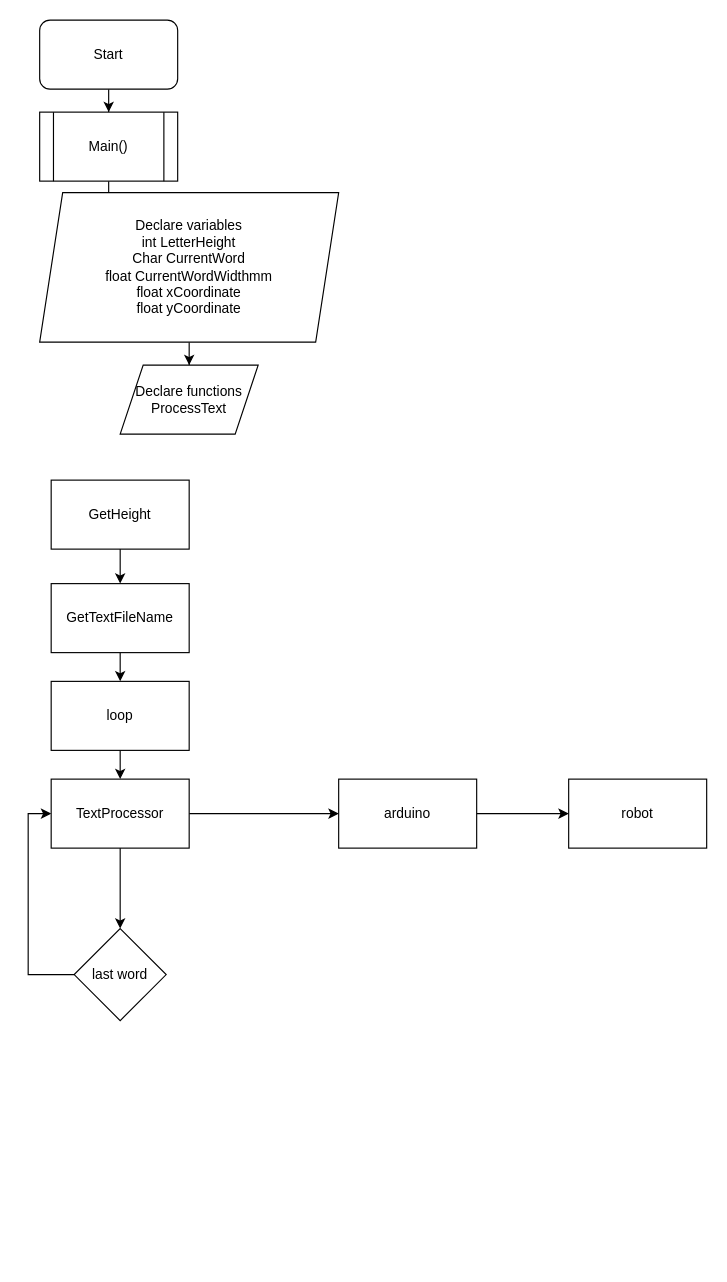
hanifadelekan/TextRobotPlanning keeps this draw.io diagram as TextRobotFlowchart.drawio. Above is the earlier version. Source tidied: cells renumbered, new cells numbered last; positions are measured from the earlier drawing's top-left corner, leaving out a move shared by most shapes. Both pictures are drawn from the tidied source at 115%, with x=0, y=0 at pixel (39, 20).
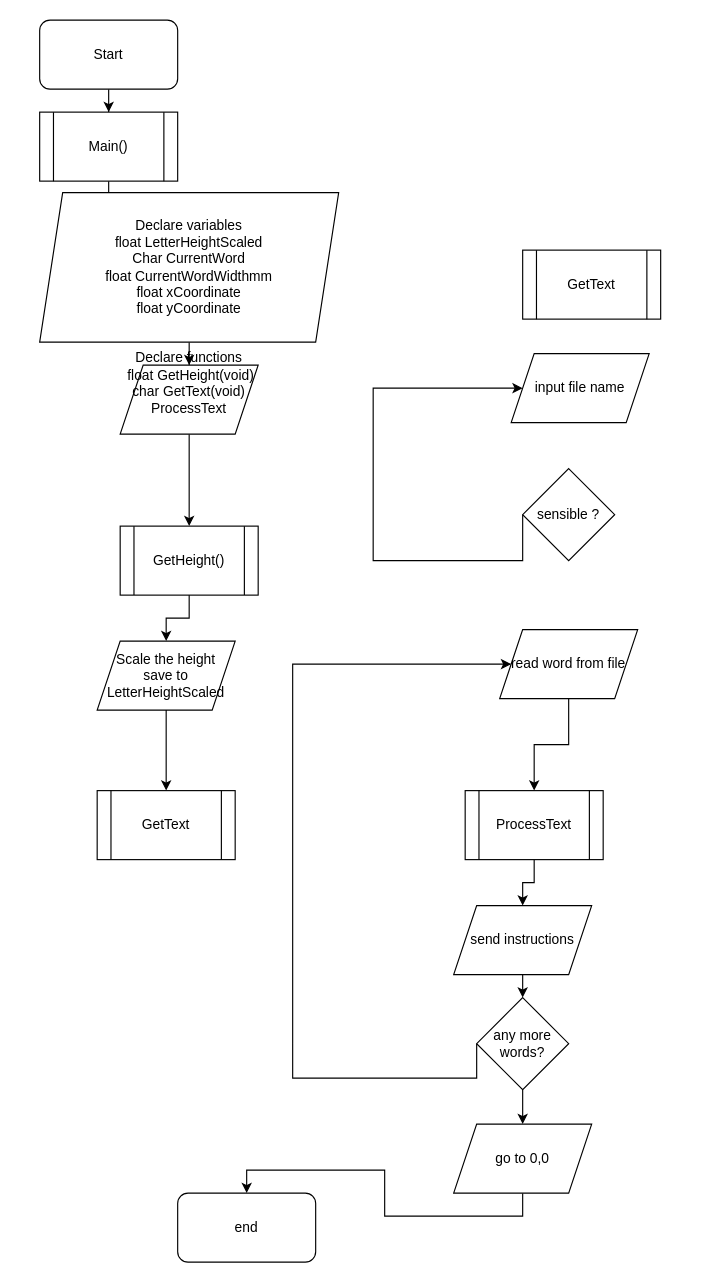
The same diagram, later.

Commit message:
basic outlook

Diff of the diagram source:
```diff
@@
-    <mxCell id="6" style="edgeStyle=orthogonalEdgeStyle;rounded=0;jettySize=auto;html=1;" parent="1" edge="1" source="7" target="9">
-      <mxGeometry relative="1" as="geometry" />
-    </mxCell>
-    <mxCell id="7" value="GetHeight" style="rounded=0;whiteSpace=wrap;html=1;" parent="1" vertex="1">
-      <mxGeometry x="10" y="400" width="120" height="60" as="geometry" />
-    </mxCell>
-    <mxCell id="8" style="edgeStyle=orthogonalEdgeStyle;rounded=0;jettySize=auto;html=1;exitX=0.5;exitY=1;exitDx=0;exitDy=0;entryX=0.5;entryY=0;entryDx=0;entryDy=0;" parent="1" edge="1" source="9" target="11">
-      <mxGeometry relative="1" as="geometry" />
-    </mxCell>
-    <mxCell id="9" value="GetTextFileName" style="rounded=0;whiteSpace=wrap;html=1;" parent="1" vertex="1">
-      <mxGeometry x="10" y="490" width="120" height="60" as="geometry" />
-    </mxCell>
-    <mxCell id="10" style="edgeStyle=orthogonalEdgeStyle;rounded=0;jettySize=auto;html=1;" parent="1" edge="1" source="11">
-      <mxGeometry relative="1" as="geometry">
-        <mxPoint x="70" y="660" as="targetPoint" />
-      </mxGeometry>
-    </mxCell>
-    <mxCell id="11" value="loop" style="rounded=0;whiteSpace=wrap;html=1;" parent="1" vertex="1">
-      <mxGeometry x="10" y="575" width="120" height="60" as="geometry" />
-    </mxCell>
-    <mxCell id="12" style="edgeStyle=orthogonalEdgeStyle;rounded=0;jettySize=auto;html=1;" parent="1" edge="1" source="14" target="16">
-      <mxGeometry relative="1" as="geometry" />
-    </mxCell>
-    <mxCell id="13" style="edgeStyle=orthogonalEdgeStyle;rounded=0;jettySize=auto;html=1;exitX=1;exitY=0.5;exitDx=0;exitDy=0;" parent="1" edge="1" source="14" target="18">
-      <mxGeometry relative="1" as="geometry" />
-    </mxCell>
-    <mxCell id="14" value="TextProcessor" style="rounded=0;whiteSpace=wrap;html=1;" parent="1" vertex="1">
-      <mxGeometry x="10" y="660" width="120" height="60" as="geometry" />
-    </mxCell>
-    <mxCell id="15" style="edgeStyle=orthogonalEdgeStyle;rounded=0;jettySize=auto;html=1;exitX=0;exitY=0.5;exitDx=0;exitDy=0;entryX=0;entryY=0.5;entryDx=0;entryDy=0;" parent="1" edge="1" source="16" target="14">
-      <mxGeometry relative="1" as="geometry" />
-    </mxCell>
-    <mxCell id="16" value="last word" style="rhombus;whiteSpace=wrap;html=1;rounded=0;" parent="1" vertex="1">
-      <mxGeometry x="30" y="790" width="80" height="80" as="geometry" />
-    </mxCell>
-    <mxCell id="17" style="edgeStyle=orthogonalEdgeStyle;rounded=0;jettySize=auto;html=1;" parent="1" edge="1" source="18" target="19">
-      <mxGeometry relative="1" as="geometry" />
-    </mxCell>
-    <mxCell id="18" value="arduino" style="rounded=0;whiteSpace=wrap;html=1;" parent="1" vertex="1">
-      <mxGeometry x="260" y="660" width="120" height="60" as="geometry" />
-    </mxCell>
-    <mxCell id="19" value="robot" style="rounded=0;whiteSpace=wrap;html=1;" parent="1" vertex="1">
-      <mxGeometry x="460" y="660" width="120" height="60" as="geometry" />
-    </mxCell>
@@
-    <mxCell id="21" value="Declare variables&lt;div&gt;int LetterHeight&lt;/div&gt;&lt;div&gt;Char CurrentWord&lt;/div&gt;&lt;div&gt;float CurrentWordWidthmm&lt;/div&gt;&lt;div&gt;float xCoordinate&lt;/div&gt;&lt;div&gt;float yCoordinate&lt;/div&gt;" style="shape=parallelogram;perimeter=parallelogramPerimeter;whiteSpace=wrap;html=1;fixedSize=1;rounded=0;" parent="1" vertex="1">
+    <mxCell id="21" value="Declare variables&lt;div&gt;float LetterHeightScaled&lt;/div&gt;&lt;div&gt;Char CurrentWord&lt;/div&gt;&lt;div&gt;float CurrentWordWidthmm&lt;/div&gt;&lt;div&gt;float xCoordinate&lt;/div&gt;&lt;div&gt;float yCoordinate&lt;/div&gt;" style="shape=parallelogram;perimeter=parallelogramPerimeter;whiteSpace=wrap;html=1;fixedSize=1;rounded=0;" parent="1" vertex="1">
       <mxGeometry y="150" width="260" height="130" as="geometry" />
     </mxCell>
+    <mxCell id="23" style="edgeStyle=orthogonalEdgeStyle;rounded=0;jettySize=auto;html=1;" parent="1" edge="1" source="22">
+      <mxGeometry relative="1" as="geometry">
+        <mxPoint x="130" y="440" as="targetPoint" />
+      </mxGeometry>
+    </mxCell>
-    <mxCell id="22" value="Declare functions&lt;div&gt;ProcessText&lt;/div&gt;" style="whiteSpace=wrap;html=1;rounded=0;shape=parallelogram;backgroundOutline=1;perimeter=parallelogramPerimeter;fixedSize=1;" parent="1" vertex="1">
+    <mxCell id="22" value="Declare functions&lt;div&gt;&amp;nbsp;float GetHeight(void)&lt;/div&gt;&lt;div&gt;char GetText(void)&lt;br&gt;&lt;div&gt;ProcessText&lt;/div&gt;&lt;div&gt;&lt;br&gt;&lt;/div&gt;&lt;/div&gt;&lt;div&gt;&lt;br&gt;&lt;/div&gt;" style="whiteSpace=wrap;html=1;rounded=0;shape=parallelogram;backgroundOutline=1;perimeter=parallelogramPerimeter;fixedSize=1;" parent="1" vertex="1">
       <mxGeometry x="70" y="300" width="120" height="60" as="geometry" />
     </mxCell>
+    <mxCell id="24" style="edgeStyle=orthogonalEdgeStyle;rounded=0;jettySize=auto;html=1;exitX=0.5;exitY=1;exitDx=0;exitDy=0;entryX=0.5;entryY=0;entryDx=0;entryDy=0;" parent="1" edge="1" source="25" target="27">
+      <mxGeometry relative="1" as="geometry" />
+    </mxCell>
+    <mxCell id="25" value="GetHeight()" style="shape=process;whiteSpace=wrap;html=1;backgroundOutline=1;" parent="1" vertex="1">
+      <mxGeometry x="70" y="440" width="120" height="60" as="geometry" />
+    </mxCell>
+    <mxCell id="26" style="edgeStyle=orthogonalEdgeStyle;rounded=0;jettySize=auto;html=1;exitX=0.5;exitY=1;exitDx=0;exitDy=0;entryX=0.5;entryY=0;entryDx=0;entryDy=0;" parent="1" edge="1" source="27" target="28">
+      <mxGeometry relative="1" as="geometry" />
+    </mxCell>
+    <mxCell id="27" value="Scale the height&lt;div&gt;save to LetterHeightScaled&lt;/div&gt;" style="shape=parallelogram;perimeter=parallelogramPerimeter;whiteSpace=wrap;html=1;fixedSize=1;" parent="1" vertex="1">
+      <mxGeometry x="50" y="540" width="120" height="60" as="geometry" />
+    </mxCell>
+    <mxCell id="28" value="GetText" style="shape=process;whiteSpace=wrap;html=1;backgroundOutline=1;" parent="1" vertex="1">
+      <mxGeometry x="50" y="670" width="120" height="60" as="geometry" />
+    </mxCell>
+    <mxCell id="29" value="GetText" style="shape=process;whiteSpace=wrap;html=1;backgroundOutline=1;" parent="1" vertex="1">
+      <mxGeometry x="420" y="200" width="120" height="60" as="geometry" />
+    </mxCell>
+    <mxCell id="30" value="input file name" style="shape=parallelogram;perimeter=parallelogramPerimeter;whiteSpace=wrap;html=1;fixedSize=1;" parent="1" vertex="1">
+      <mxGeometry x="410" y="290" width="120" height="60" as="geometry" />
+    </mxCell>
+    <mxCell id="31" style="edgeStyle=orthogonalEdgeStyle;rounded=0;jettySize=auto;html=1;exitX=0;exitY=0.5;exitDx=0;exitDy=0;entryX=0;entryY=0.5;entryDx=0;entryDy=0;" parent="1" edge="1" source="32" target="30">
+      <mxGeometry relative="1" as="geometry">
+        <Array as="points">
+          <mxPoint x="290" y="470" />
+          <mxPoint x="290" y="320" />
+        </Array>
+      </mxGeometry>
+    </mxCell>
+    <mxCell id="32" value="sensible ?" style="rhombus;whiteSpace=wrap;html=1;" parent="1" vertex="1">
+      <mxGeometry x="420" y="390" width="80" height="80" as="geometry" />
+    </mxCell>
+    <mxCell id="33" style="edgeStyle=orthogonalEdgeStyle;rounded=0;jettySize=auto;html=1;exitX=0.5;exitY=1;exitDx=0;exitDy=0;entryX=0.5;entryY=0;entryDx=0;entryDy=0;" parent="1" edge="1" source="34" target="36">
+      <mxGeometry relative="1" as="geometry" />
+    </mxCell>
+    <mxCell id="34" value="read word from file" style="shape=parallelogram;perimeter=parallelogramPerimeter;whiteSpace=wrap;html=1;fixedSize=1;" parent="1" vertex="1">
+      <mxGeometry x="400" y="530" width="120" height="60" as="geometry" />
+    </mxCell>
+    <mxCell id="35" style="edgeStyle=orthogonalEdgeStyle;rounded=0;jettySize=auto;html=1;exitX=0.5;exitY=1;exitDx=0;exitDy=0;entryX=0.5;entryY=0;entryDx=0;entryDy=0;" parent="1" edge="1" source="36" target="41">
+      <mxGeometry relative="1" as="geometry" />
+    </mxCell>
+    <mxCell id="36" value="ProcessText" style="shape=process;whiteSpace=wrap;html=1;backgroundOutline=1;" parent="1" vertex="1">
+      <mxGeometry x="370" y="670" width="120" height="60" as="geometry" />
+    </mxCell>
+    <mxCell id="37" style="edgeStyle=orthogonalEdgeStyle;rounded=0;jettySize=auto;html=1;exitX=0;exitY=0.5;exitDx=0;exitDy=0;entryX=0;entryY=0.5;entryDx=0;entryDy=0;" parent="1" edge="1" source="39" target="34">
+      <mxGeometry relative="1" as="geometry">
+        <Array as="points">
+          <mxPoint x="220" y="920" />
+          <mxPoint x="220" y="560" />
+        </Array>
+      </mxGeometry>
+    </mxCell>
+    <mxCell id="38" style="edgeStyle=orthogonalEdgeStyle;rounded=0;jettySize=auto;html=1;exitX=0.5;exitY=1;exitDx=0;exitDy=0;entryX=0.5;entryY=0;entryDx=0;entryDy=0;" parent="1" edge="1" source="39" target="43">
+      <mxGeometry relative="1" as="geometry" />
+    </mxCell>
+    <mxCell id="39" value="any more words?" style="rhombus;whiteSpace=wrap;html=1;" parent="1" vertex="1">
+      <mxGeometry x="380" y="850" width="80" height="80" as="geometry" />
+    </mxCell>
+    <mxCell id="40" style="edgeStyle=orthogonalEdgeStyle;rounded=0;jettySize=auto;html=1;exitX=0.5;exitY=1;exitDx=0;exitDy=0;entryX=0.5;entryY=0;entryDx=0;entryDy=0;" parent="1" edge="1" source="41" target="39">
+      <mxGeometry relative="1" as="geometry" />
+    </mxCell>
+    <mxCell id="41" value="send instructions" style="shape=parallelogram;perimeter=parallelogramPerimeter;whiteSpace=wrap;html=1;fixedSize=1;" parent="1" vertex="1">
+      <mxGeometry x="360" y="770" width="120" height="60" as="geometry" />
+    </mxCell>
+    <mxCell id="42" style="edgeStyle=orthogonalEdgeStyle;rounded=0;jettySize=auto;html=1;exitX=0.5;exitY=1;exitDx=0;exitDy=0;entryX=0.5;entryY=0;entryDx=0;entryDy=0;" parent="1" edge="1" source="43" target="44">
+      <mxGeometry relative="1" as="geometry" />
+    </mxCell>
+    <mxCell id="43" value="go to 0,0" style="shape=parallelogram;perimeter=parallelogramPerimeter;whiteSpace=wrap;html=1;fixedSize=1;" parent="1" vertex="1">
+      <mxGeometry x="360" y="960" width="120" height="60" as="geometry" />
+    </mxCell>
+    <mxCell id="44" value="end" style="rounded=1;whiteSpace=wrap;html=1;" parent="1" vertex="1">
+      <mxGeometry x="120" y="1020" width="120" height="60" as="geometry" />
+    </mxCell>
```
